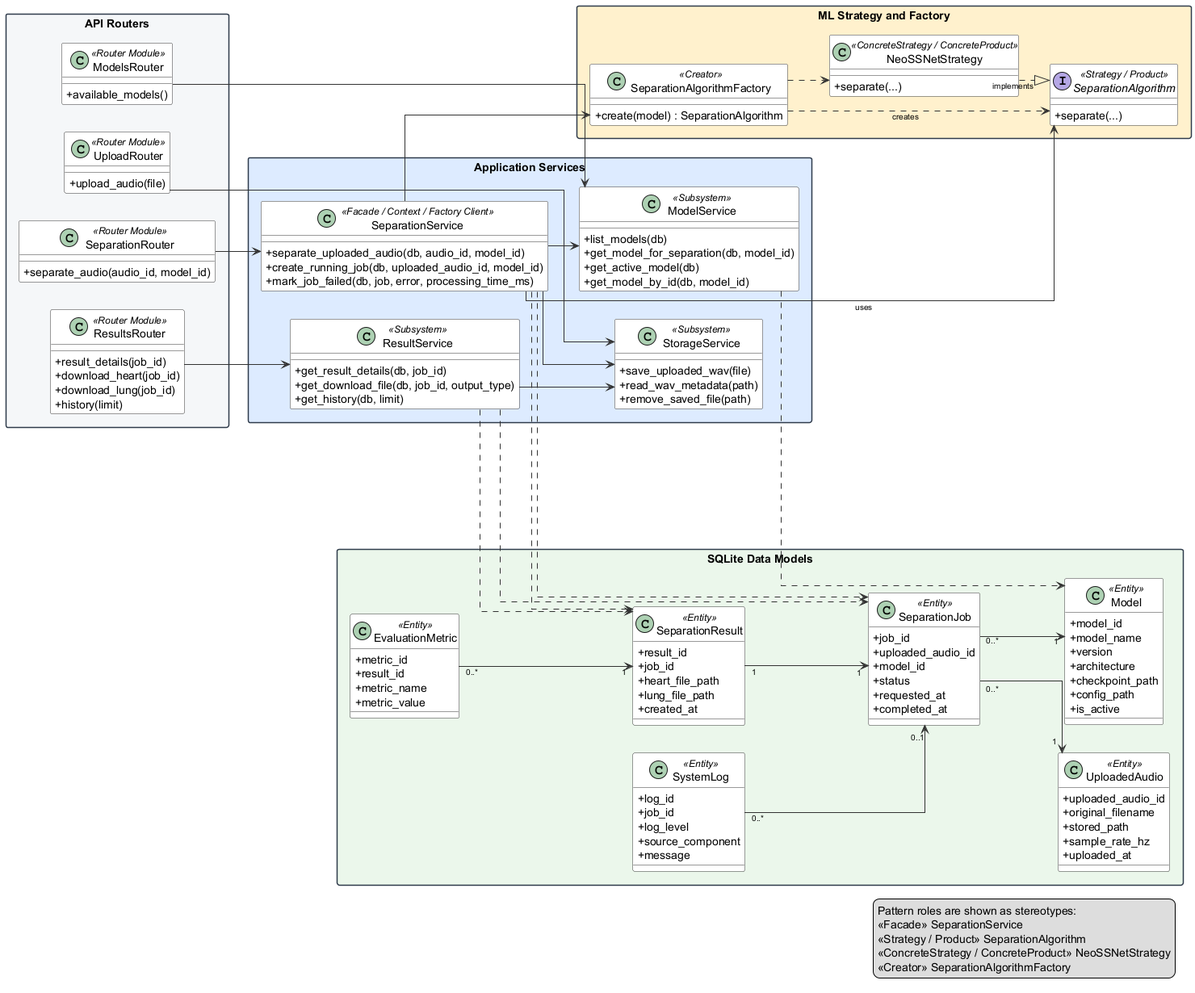
Earlier version of the PlantUML export docs/software_design_report/diagrams/img/overall_class_diagram.png (ASHRAF-2004/Machine-Learning-Based-System-for-Cardiopulmonary-Sound-Separation).
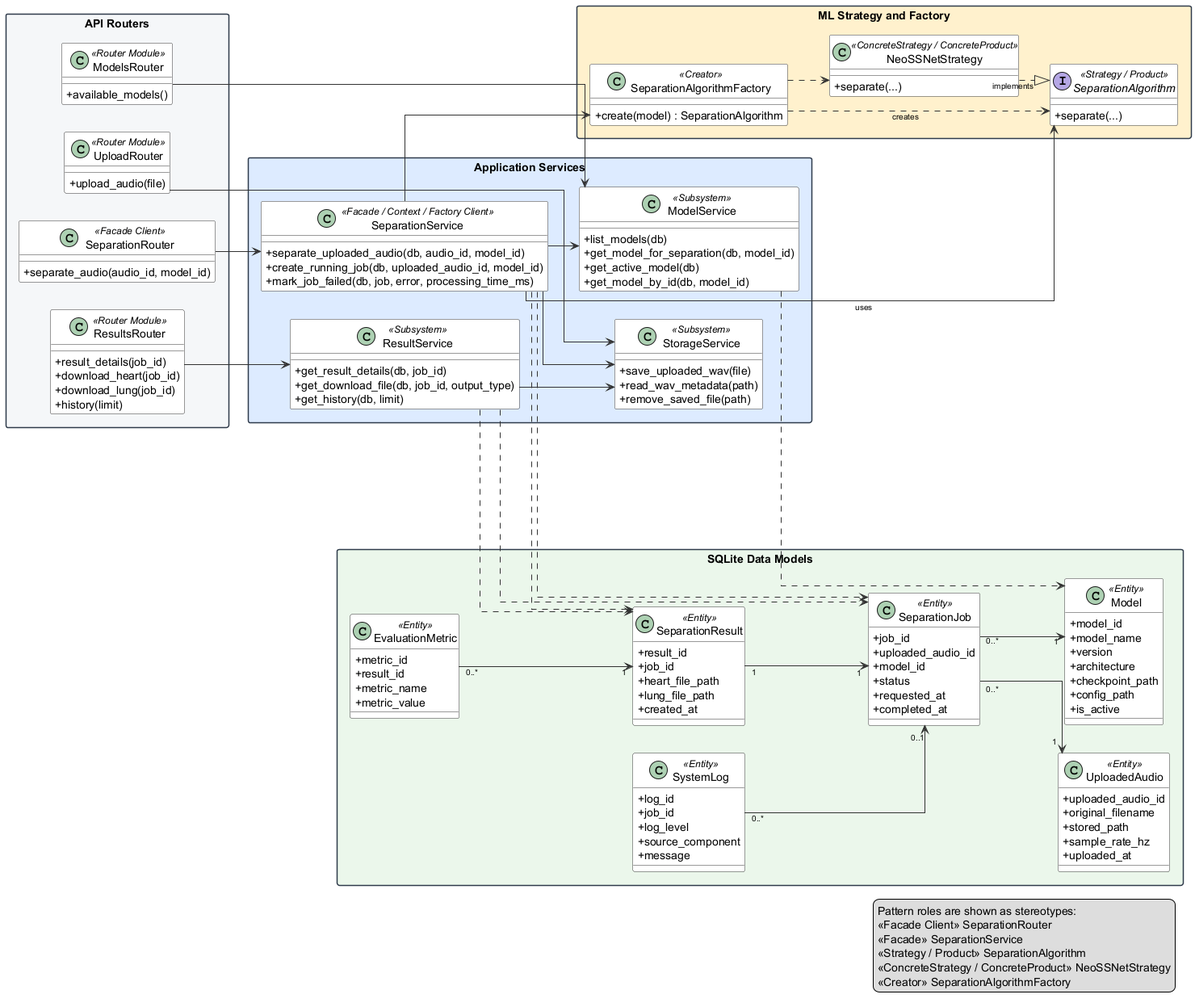
After the commit.

Commit message:
Align facade pattern roles with class diagram

What changed in the source:
```diff
@@ -23,7 +23,7 @@
     +upload_audio(file)
   }
 
-  class SeparationRouter <<Router Module>> {
+  class SeparationRouter <<Facade Client>> {
     +separate_audio(audio_id, model_id)
   }
 
@@ -160,6 +160,7 @@
 
 legend right
   Pattern roles are shown as stereotypes:
+  <<Facade Client>> SeparationRouter
   <<Facade>> SeparationService
   <<Strategy / Product>> SeparationAlgorithm
   <<ConcreteStrategy / ConcreteProduct>> NeoSSNetStrategy
```
